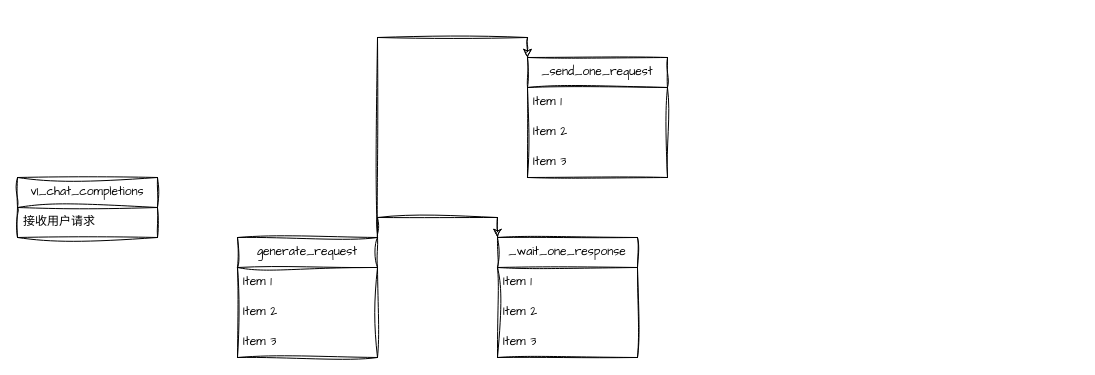
This is sglang.drawio from beijingqiuchang/drawio, a draw.io file, before an edit. Source tidied: cells renumbered, new cells numbered last; positions are measured from the earlier drawing's top-left corner, leaving out a move shared by most shapes. Both pictures are drawn from the tidied source at 100%, with x=0, y=0 at pixel (17, 57).
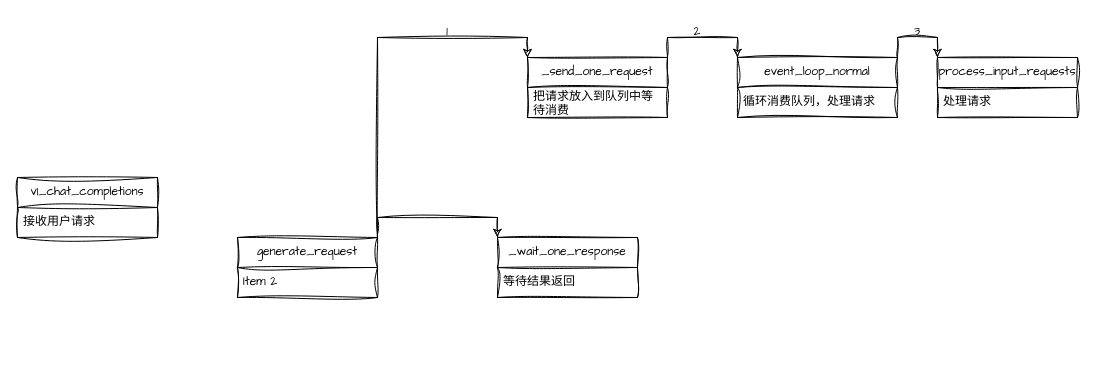
Above is the later version.

The edit, as a diff of the source:
```diff
@@
     <mxCell id="6" value="generate_request" style="swimlane;fontStyle=0;horizontal=1;startSize=30;whiteSpace=wrap;html=1;sketch=1;hachureGap=4;jiggle=2;curveFitting=1;fontFamily=Architects Daughter;" parent="1" vertex="1">
-      <mxGeometry x="220" y="180" width="140" height="120" as="geometry" />
+      <mxGeometry x="220" y="180" width="140" height="60" as="geometry" />
     </mxCell>
-    <mxCell id="7" value="Item 1" style="text;strokeColor=none;fillColor=none;align=left;verticalAlign=middle;spacingLeft=4;spacingRight=4;overflow=hidden;whiteSpace=wrap;html=1;fontFamily=Architects Daughter;" parent="6" vertex="1">
-      <mxGeometry y="30" width="140" height="30" as="geometry" />
-    </mxCell>
     <mxCell id="8" value="Item 2" style="text;strokeColor=none;fillColor=none;align=left;verticalAlign=middle;spacingLeft=4;spacingRight=4;overflow=hidden;whiteSpace=wrap;html=1;fontFamily=Architects Daughter;" parent="6" vertex="1">
-      <mxGeometry y="60" width="140" height="30" as="geometry" />
+      <mxGeometry y="30" width="140" height="30" as="geometry" />
     </mxCell>
-    <mxCell id="9" value="Item 3" style="text;strokeColor=none;fillColor=none;align=left;verticalAlign=middle;spacingLeft=4;spacingRight=4;overflow=hidden;whiteSpace=wrap;html=1;fontFamily=Architects Daughter;" parent="6" vertex="1">
-      <mxGeometry y="90" width="140" height="30" as="geometry" />
-    </mxCell>
     <mxCell id="10" value="_wait_one_response" style="swimlane;fontStyle=0;horizontal=1;startSize=30;whiteSpace=wrap;html=1;sketch=1;hachureGap=4;jiggle=2;curveFitting=1;fontFamily=Architects Daughter;" parent="1" vertex="1">
-      <mxGeometry x="480" y="180" width="140" height="120" as="geometry" />
+      <mxGeometry x="480" y="180" width="140" height="60" as="geometry" />
     </mxCell>
-    <mxCell id="11" value="Item 1" style="text;strokeColor=none;fillColor=none;align=left;verticalAlign=middle;spacingLeft=4;spacingRight=4;overflow=hidden;whiteSpace=wrap;html=1;fontFamily=Architects Daughter;" parent="10" vertex="1">
+    <mxCell id="11" value="等待结果返回" style="text;strokeColor=none;fillColor=none;align=left;verticalAlign=middle;spacingLeft=4;spacingRight=4;overflow=hidden;whiteSpace=wrap;html=1;fontFamily=Architects Daughter;" parent="10" vertex="1">
       <mxGeometry y="30" width="140" height="30" as="geometry" />
     </mxCell>
-    <mxCell id="12" value="Item 2" style="text;strokeColor=none;fillColor=none;align=left;verticalAlign=middle;spacingLeft=4;spacingRight=4;overflow=hidden;whiteSpace=wrap;html=1;fontFamily=Architects Daughter;" parent="10" vertex="1">
-      <mxGeometry y="60" width="140" height="30" as="geometry" />
-    </mxCell>
-    <mxCell id="13" value="Item 3" style="text;strokeColor=none;fillColor=none;align=left;verticalAlign=middle;spacingLeft=4;spacingRight=4;overflow=hidden;whiteSpace=wrap;html=1;fontFamily=Architects Daughter;" parent="10" vertex="1">
-      <mxGeometry y="90" width="140" height="30" as="geometry" />
-    </mxCell>
+    <mxCell id="18" style="edgeStyle=orthogonalEdgeStyle;rounded=0;sketch=1;hachureGap=4;jiggle=2;curveFitting=1;jettySize=auto;html=1;exitX=1;exitY=0;exitDx=0;exitDy=0;entryX=0;entryY=0;entryDx=0;entryDy=0;fontFamily=Architects Daughter;" parent="1" edge="1" source="14" target="20">
+      <mxGeometry relative="1" as="geometry" />
+    </mxCell>
     <mxCell id="14" value="_send_one_request" style="swimlane;fontStyle=0;horizontal=1;startSize=30;whiteSpace=wrap;html=1;sketch=1;hachureGap=4;jiggle=2;curveFitting=1;fontFamily=Architects Daughter;" parent="1" vertex="1">
-      <mxGeometry x="510" width="140" height="120" as="geometry" />
+      <mxGeometry x="510" width="140" height="60" as="geometry" />
     </mxCell>
-    <mxCell id="15" value="Item 1" style="text;strokeColor=none;fillColor=none;align=left;verticalAlign=middle;spacingLeft=4;spacingRight=4;overflow=hidden;whiteSpace=wrap;html=1;fontFamily=Architects Daughter;" parent="14" vertex="1">
+    <mxCell id="15" value="把请求放入到队列中等待消费" style="text;strokeColor=none;fillColor=none;align=left;verticalAlign=middle;spacingLeft=4;spacingRight=4;overflow=hidden;whiteSpace=wrap;html=1;fontFamily=Architects Daughter;" parent="14" vertex="1">
       <mxGeometry y="30" width="140" height="30" as="geometry" />
     </mxCell>
-    <mxCell id="16" value="Item 2" style="text;strokeColor=none;fillColor=none;align=left;verticalAlign=middle;spacingLeft=4;spacingRight=4;overflow=hidden;whiteSpace=wrap;html=1;fontFamily=Architects Daughter;" parent="14" vertex="1">
-      <mxGeometry y="60" width="140" height="30" as="geometry" />
-    </mxCell>
-    <mxCell id="17" value="Item 3" style="text;strokeColor=none;fillColor=none;align=left;verticalAlign=middle;spacingLeft=4;spacingRight=4;overflow=hidden;whiteSpace=wrap;html=1;fontFamily=Architects Daughter;" parent="14" vertex="1">
-      <mxGeometry y="90" width="140" height="30" as="geometry" />
-    </mxCell>
+    <mxCell id="19" style="edgeStyle=orthogonalEdgeStyle;rounded=0;sketch=1;hachureGap=4;jiggle=2;curveFitting=1;jettySize=auto;html=1;exitX=1;exitY=0;exitDx=0;exitDy=0;entryX=0;entryY=0;entryDx=0;entryDy=0;fontFamily=Architects Daughter;" parent="1" edge="1" source="20" target="22">
+      <mxGeometry relative="1" as="geometry" />
+    </mxCell>
+    <mxCell id="20" value="event_loop_normal" style="swimlane;fontStyle=0;horizontal=1;startSize=30;whiteSpace=wrap;html=1;sketch=1;hachureGap=4;jiggle=2;curveFitting=1;fontFamily=Architects Daughter;" parent="1" vertex="1">
+      <mxGeometry x="720" width="160" height="60" as="geometry" />
+    </mxCell>
+    <mxCell id="21" value="循环消费队列，处理请求" style="text;strokeColor=none;fillColor=none;align=left;verticalAlign=middle;spacingLeft=4;spacingRight=4;overflow=hidden;whiteSpace=wrap;html=1;fontFamily=Architects Daughter;" parent="20" vertex="1">
+      <mxGeometry y="30" width="160" height="30" as="geometry" />
+    </mxCell>
+    <mxCell id="22" value="process_input_requests" style="swimlane;fontStyle=0;horizontal=1;startSize=30;whiteSpace=wrap;html=1;sketch=1;hachureGap=4;jiggle=2;curveFitting=1;fontFamily=Architects Daughter;" parent="1" vertex="1">
+      <mxGeometry x="920" width="140" height="60" as="geometry" />
+    </mxCell>
+    <mxCell id="23" value="处理请求" style="text;strokeColor=none;fillColor=none;align=left;verticalAlign=middle;spacingLeft=4;spacingRight=4;overflow=hidden;whiteSpace=wrap;html=1;fontFamily=Architects Daughter;" parent="22" vertex="1">
+      <mxGeometry y="30" width="140" height="30" as="geometry" />
+    </mxCell>
+    <mxCell id="24" value="1" style="text;html=1;align=center;verticalAlign=middle;whiteSpace=wrap;rounded=0;fontFamily=Architects Daughter;" parent="1" vertex="1">
+      <mxGeometry x="400" y="-40" width="60" height="30" as="geometry" />
+    </mxCell>
+    <mxCell id="25" value="2" style="text;html=1;align=center;verticalAlign=middle;whiteSpace=wrap;rounded=0;fontFamily=Architects Daughter;" parent="1" vertex="1">
+      <mxGeometry x="650" y="-40" width="60" height="30" as="geometry" />
+    </mxCell>
+    <mxCell id="26" value="3" style="text;html=1;align=center;verticalAlign=middle;whiteSpace=wrap;rounded=0;fontFamily=Architects Daughter;" parent="1" vertex="1">
+      <mxGeometry x="870" y="-40" width="60" height="30" as="geometry" />
+    </mxCell>
```
